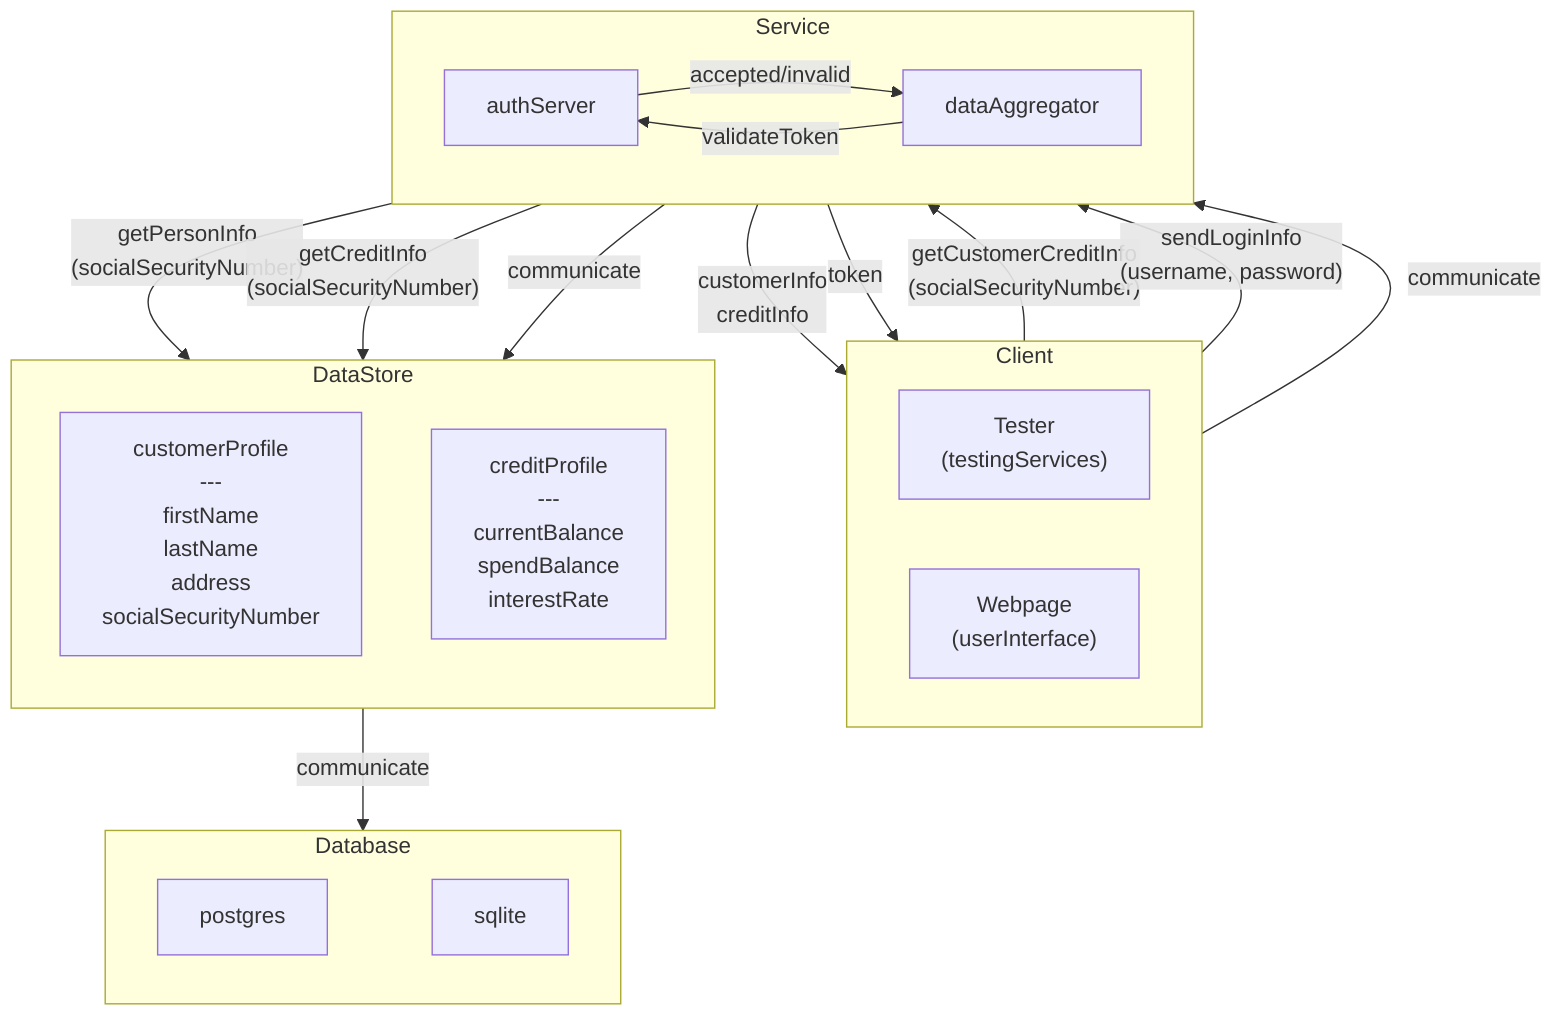
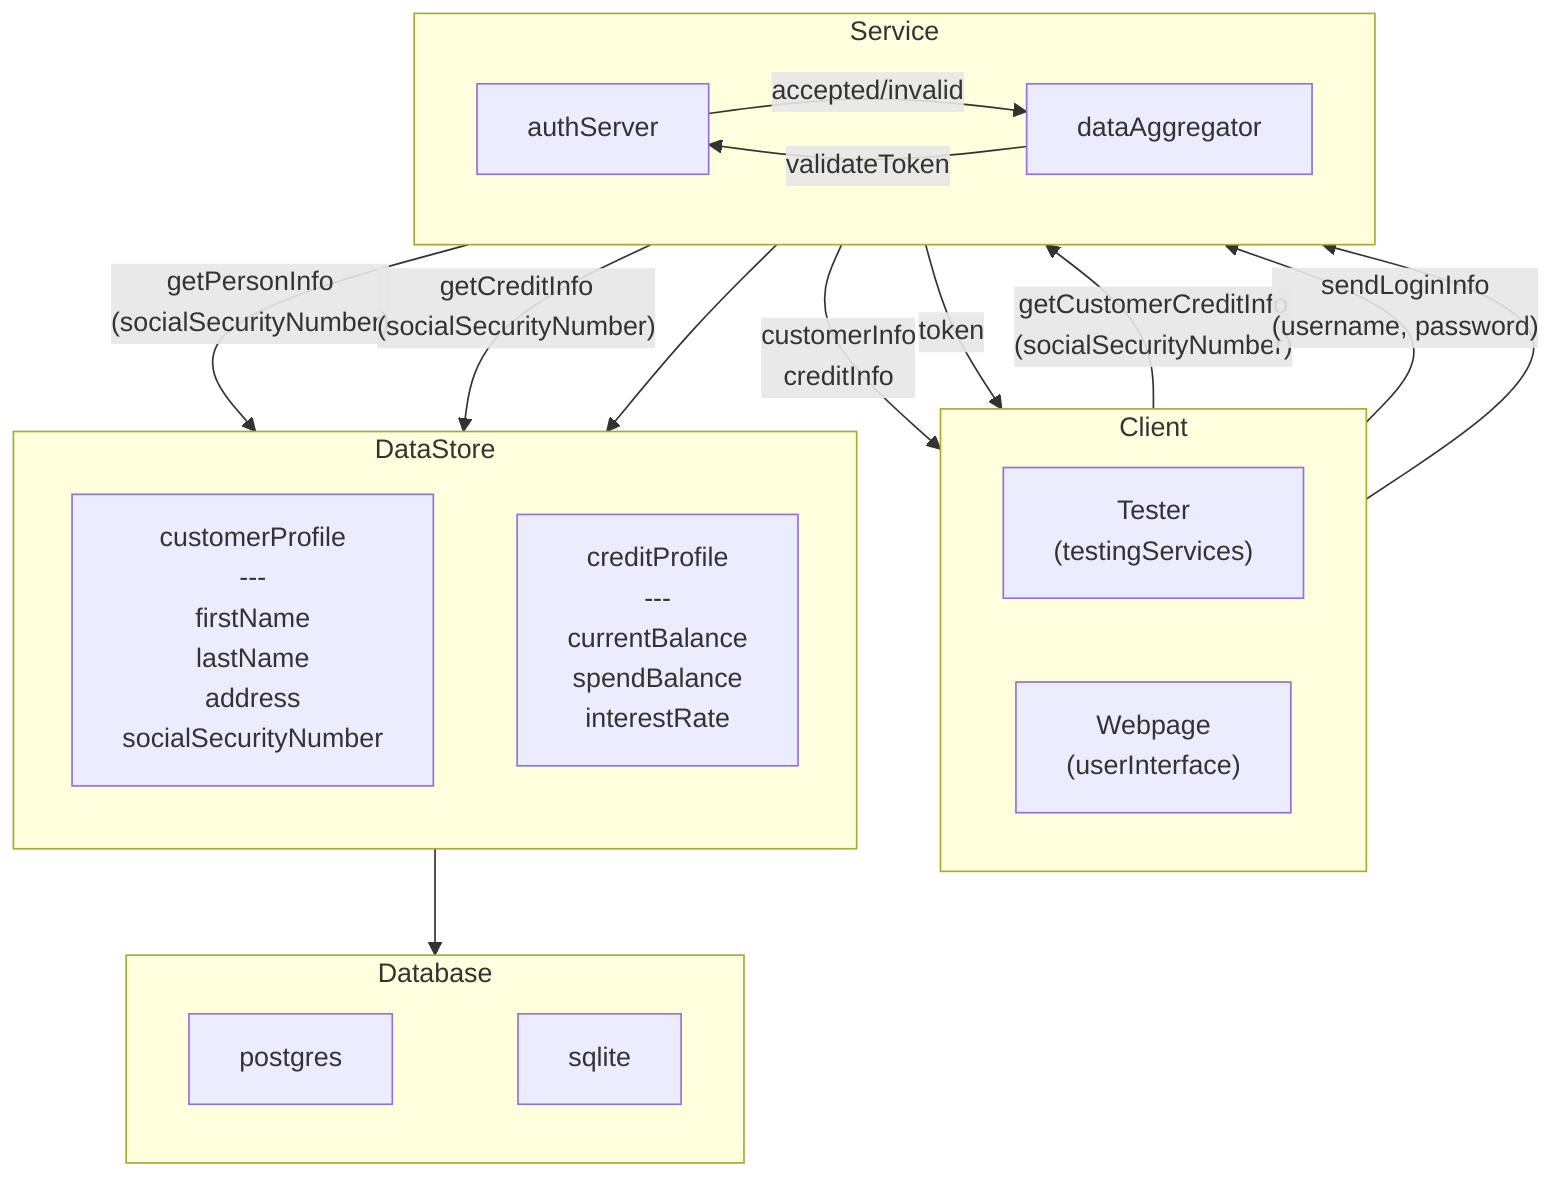
flowchart TD
    subgraph Client["Client"]
        direction LR
        Tester["Tester\n(testingServices)"]
        Webpage["Webpage\n(userInterface)"]
    end

    subgraph Service["Service"]
        direction LR
        authServer["authServer"]
        dataAggregator["dataAggregator"]
    end

    subgraph DataStore["DataStore"]
        direction TB
        customerProfile["customerProfile\n---\nfirstName\nlastName\naddress\nsocialSecurityNumber"]
        creditProfile["creditProfile\n---\ncurrentBalance\nspendBalance\ninterestRate"]
    end

    subgraph Database["Database"]
        direction LR
        postgres["postgres"]
        sqlite["sqlite"]
        postgres ~~~ sqlite
    end

    %% Data aggregation flow
    Client -- "getCustomerCreditInfo\n(socialSecurityNumber)" --> dataAggregator
    dataAggregator -- "customerInfo\ncreditInfo" --> Client

    %% Auth flow
    Client -- "sendLoginInfo\n(username, password)" --> authServer
    authServer -- "token" --> Client

    %% Token validation - internal services
    dataAggregator -- "validateToken" --> authServer
    authServer -- "accepted/invalid" --> dataAggregator

    %% DataStore lookups
    dataAggregator -- "getPersonInfo\n(socialSecurityNumber)" --> customerProfile
    dataAggregator -- "getCreditInfo\n(socialSecurityNumber)" --> creditProfile

    %% Anchors to force vertical layout
-     Client -- "communicate" --> Service
-     Service -- "communicate" --> DataStore
-     DataStore -- "communicate" --> Database
+     Client --> Service
+     Service --> DataStore
+     DataStore --> Database
